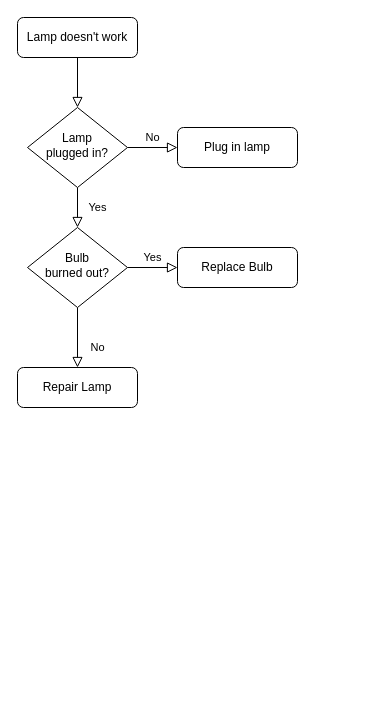
Earlier version of the draw.io diagram 是否要上传视频.drawio (lzjpython/draw). Source tidied: cells renumbered, new cells numbered last; positions are measured from the earlier drawing's top-left corner, leaving out a move shared by most shapes. Both pictures are drawn from the tidied source at 100%, with x=0, y=0 at pixel (17, 17).
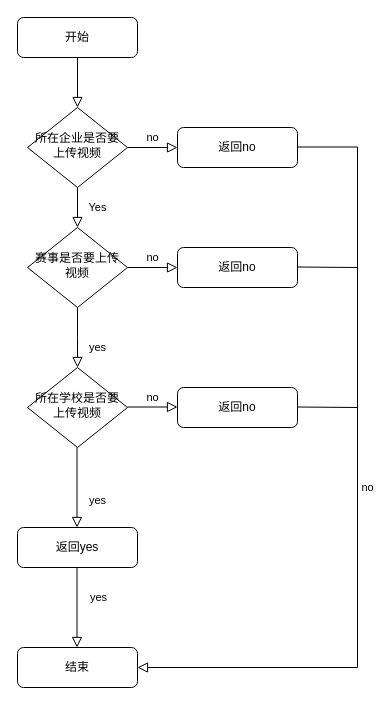
The same diagram, later.

Commit message:
更新是否要上传视频.drawio

Diff of the diagram source:
```diff
@@
-    <mxCell id="3" value="Lamp doesn't work" style="rounded=1;whiteSpace=wrap;html=1;fontSize=12;glass=0;strokeWidth=1;shadow=0;" parent="1" vertex="1">
+    <mxCell id="3" value="开始" style="rounded=1;whiteSpace=wrap;html=1;fontSize=12;glass=0;strokeWidth=1;shadow=0;" parent="1" vertex="1">
       <mxGeometry width="120" height="40" as="geometry" />
     </mxCell>
@@
-    <mxCell id="5" value="No" style="edgeStyle=orthogonalEdgeStyle;rounded=0;html=1;jettySize=auto;fontSize=11;endArrow=block;endFill=0;endSize=8;strokeWidth=1;shadow=0;labelBackgroundColor=none;" parent="1" edge="1" source="6" target="7">
+    <mxCell id="5" value="no" style="edgeStyle=orthogonalEdgeStyle;rounded=0;html=1;jettySize=auto;fontSize=11;endArrow=block;endFill=0;endSize=8;strokeWidth=1;shadow=0;labelBackgroundColor=none;" parent="1" edge="1" source="6" target="7">
       <mxGeometry y="10" relative="1" as="geometry" />
     </mxCell>
-    <mxCell id="6" value="Lamp&lt;br&gt;plugged in?" style="rhombus;whiteSpace=wrap;html=1;shadow=0;fontFamily=Helvetica;fontSize=12;align=center;strokeWidth=1;spacing=6;spacingTop=-4;" parent="1" vertex="1">
+    <mxCell id="6" value="所在企业是否要上传视频" style="rhombus;whiteSpace=wrap;html=1;shadow=0;fontFamily=Helvetica;fontSize=12;align=center;strokeWidth=1;spacing=6;spacingTop=-4;" parent="1" vertex="1">
       <mxGeometry x="10" y="90" width="100" height="80" as="geometry" />
     </mxCell>
-    <mxCell id="7" value="Plug in lamp" style="rounded=1;whiteSpace=wrap;html=1;fontSize=12;glass=0;strokeWidth=1;shadow=0;" parent="1" vertex="1">
+    <mxCell id="7" value="返回no" style="rounded=1;whiteSpace=wrap;html=1;fontSize=12;glass=0;strokeWidth=1;shadow=0;" parent="1" vertex="1">
       <mxGeometry x="160" y="110" width="120" height="40" as="geometry" />
     </mxCell>
-    <mxCell id="8" value="No" style="rounded=0;html=1;jettySize=auto;fontSize=11;endArrow=block;endFill=0;endSize=8;strokeWidth=1;shadow=0;labelBackgroundColor=none;edgeStyle=orthogonalEdgeStyle;" parent="1" edge="1" source="10" target="11">
-      <mxGeometry x="0.33" y="20" relative="1" as="geometry" />
+    <mxCell id="8" value="yes" style="rounded=0;html=1;jettySize=auto;fontSize=11;endArrow=block;endFill=0;endSize=8;strokeWidth=1;shadow=0;labelBackgroundColor=none;edgeStyle=orthogonalEdgeStyle;" parent="1" edge="1" source="10">
+      <mxGeometry x="0.33" y="20" relative="1" as="geometry">
+        <mxPoint x="60" y="350" as="targetPoint" />
+      </mxGeometry>
     </mxCell>
-    <mxCell id="9" value="Yes" style="edgeStyle=orthogonalEdgeStyle;rounded=0;html=1;jettySize=auto;fontSize=11;endArrow=block;endFill=0;endSize=8;strokeWidth=1;shadow=0;labelBackgroundColor=none;" parent="1" edge="1" source="10" target="12">
+    <mxCell id="9" value="no" style="edgeStyle=orthogonalEdgeStyle;rounded=0;html=1;jettySize=auto;fontSize=11;endArrow=block;endFill=0;endSize=8;strokeWidth=1;shadow=0;labelBackgroundColor=none;" parent="1" edge="1" source="10" target="12">
       <mxGeometry y="10" relative="1" as="geometry" />
     </mxCell>
-    <mxCell id="10" value="Bulb&lt;br&gt;burned out?" style="rhombus;whiteSpace=wrap;html=1;shadow=0;fontFamily=Helvetica;fontSize=12;align=center;strokeWidth=1;spacing=6;spacingTop=-4;" parent="1" vertex="1">
+    <mxCell id="10" value="赛事是否要上传视频" style="rhombus;whiteSpace=wrap;html=1;shadow=0;fontFamily=Helvetica;fontSize=12;align=center;strokeWidth=1;spacing=6;spacingTop=-4;" parent="1" vertex="1">
       <mxGeometry x="10" y="210" width="100" height="80" as="geometry" />
     </mxCell>
-    <mxCell id="11" value="Repair Lamp" style="rounded=1;whiteSpace=wrap;html=1;fontSize=12;glass=0;strokeWidth=1;shadow=0;" parent="1" vertex="1">
-      <mxGeometry y="350" width="120" height="40" as="geometry" />
+    <mxCell id="11" value="返回yes" style="rounded=1;whiteSpace=wrap;html=1;fontSize=12;glass=0;strokeWidth=1;shadow=0;" parent="1" vertex="1">
+      <mxGeometry y="510" width="120" height="40" as="geometry" />
     </mxCell>
-    <mxCell id="12" value="Replace Bulb" style="rounded=1;whiteSpace=wrap;html=1;fontSize=12;glass=0;strokeWidth=1;shadow=0;" parent="1" vertex="1">
+    <mxCell id="12" value="返回no" style="rounded=1;whiteSpace=wrap;html=1;fontSize=12;glass=0;strokeWidth=1;shadow=0;" parent="1" vertex="1">
       <mxGeometry x="160" y="230" width="120" height="40" as="geometry" />
     </mxCell>
+    <mxCell id="13" value="所在学校是否要上传视频" style="rhombus;whiteSpace=wrap;html=1;shadow=0;fontFamily=Helvetica;fontSize=12;align=center;strokeWidth=1;spacing=6;spacingTop=-4;" parent="1" vertex="1">
+      <mxGeometry x="10" y="350" width="100" height="80" as="geometry" />
+    </mxCell>
+    <mxCell id="14" value="yes" style="rounded=0;html=1;jettySize=auto;orthogonalLoop=1;fontSize=11;endArrow=block;endFill=0;endSize=8;strokeWidth=1;shadow=0;labelBackgroundColor=none;edgeStyle=orthogonalEdgeStyle;" parent="1" edge="1">
+      <mxGeometry x="0.33" y="20" relative="1" as="geometry">
+        <mxPoint x="59.5" y="430" as="sourcePoint" />
+        <mxPoint x="59.5" y="510" as="targetPoint" />
+      </mxGeometry>
+    </mxCell>
+    <mxCell id="15" value="返回no" style="rounded=1;whiteSpace=wrap;html=1;fontSize=12;glass=0;strokeWidth=1;shadow=0;" parent="1" vertex="1">
+      <mxGeometry x="160" y="370" width="120" height="40" as="geometry" />
+    </mxCell>
+    <mxCell id="16" value="no" style="edgeStyle=orthogonalEdgeStyle;rounded=0;html=1;jettySize=auto;orthogonalLoop=1;fontSize=11;endArrow=block;endFill=0;endSize=8;strokeWidth=1;shadow=0;labelBackgroundColor=none;" parent="1" edge="1">
+      <mxGeometry y="10" relative="1" as="geometry">
+        <mxPoint x="110" y="389.5" as="sourcePoint" />
+        <mxPoint x="160" y="389.5" as="targetPoint" />
+      </mxGeometry>
+    </mxCell>
+    <mxCell id="17" value="结束" style="rounded=1;whiteSpace=wrap;html=1;fontSize=12;glass=0;strokeWidth=1;shadow=0;" parent="1" vertex="1">
+      <mxGeometry y="630" width="120" height="40" as="geometry" />
+    </mxCell>
+    <mxCell id="18" value="yes" style="rounded=0;html=1;jettySize=auto;orthogonalLoop=1;fontSize=11;endArrow=block;endFill=0;endSize=8;strokeWidth=1;shadow=0;labelBackgroundColor=none;edgeStyle=orthogonalEdgeStyle;" parent="1" edge="1">
+      <mxGeometry x="-0.25" y="21" relative="1" as="geometry">
+        <mxPoint x="59.5" y="550" as="sourcePoint" />
+        <mxPoint x="59.5" y="630" as="targetPoint" />
+      </mxGeometry>
+    </mxCell>
+    <mxCell id="19" value="no" style="edgeStyle=orthogonalEdgeStyle;rounded=0;html=1;jettySize=auto;fontSize=11;endArrow=block;endFill=0;endSize=8;strokeWidth=1;shadow=0;labelBackgroundColor=none;entryX=1;entryY=0.5;entryDx=0;entryDy=0;" parent="1" edge="1" target="17">
+      <mxGeometry y="10" relative="1" as="geometry">
+        <mxPoint x="280" y="129.5" as="sourcePoint" />
+        <Array as="points">
+          <mxPoint x="340" y="130" />
+          <mxPoint x="340" y="650" />
+        </Array>
+      </mxGeometry>
+    </mxCell>
+    <mxCell id="20" style="endArrow=none;html=1;rounded=0;" parent="1" edge="1">
+      <mxGeometry relative="1" as="geometry">
+        <mxPoint x="280" y="249.5" as="sourcePoint" />
+        <mxPoint x="340" y="250" as="targetPoint" />
+      </mxGeometry>
+    </mxCell>
+    <mxCell id="21" style="endArrow=none;html=1;rounded=0;" parent="1" edge="1">
+      <mxGeometry relative="1" as="geometry">
+        <mxPoint x="280" y="389.5" as="sourcePoint" />
+        <mxPoint x="340" y="390" as="targetPoint" />
+      </mxGeometry>
+    </mxCell>
```
